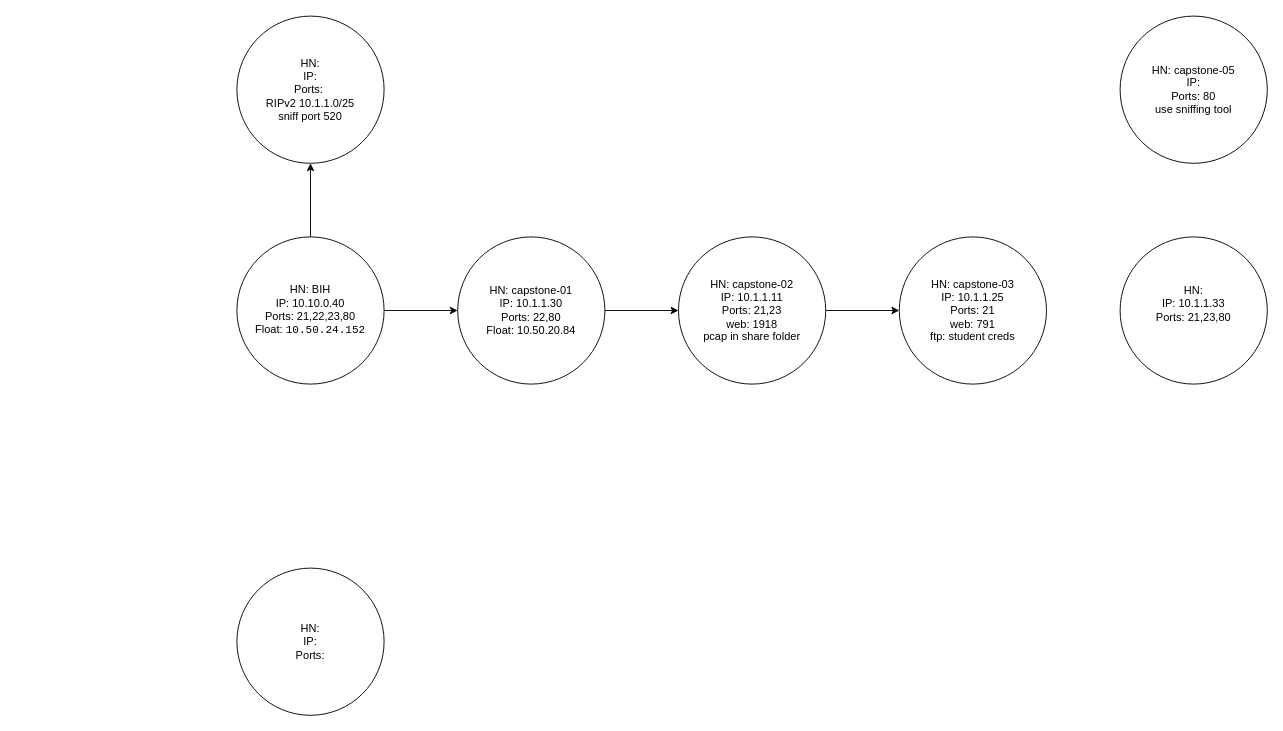
This is capstonemap.drawio from matthewjrobinson24/networking, a draw.io file, before an edit. Source tidied: cells renumbered, new cells numbered last; positions are measured from the earlier drawing's top-left corner, leaving out a move shared by most shapes. Both pictures are drawn from the tidied source at 92%, with x=0, y=0 at pixel (236, 16).
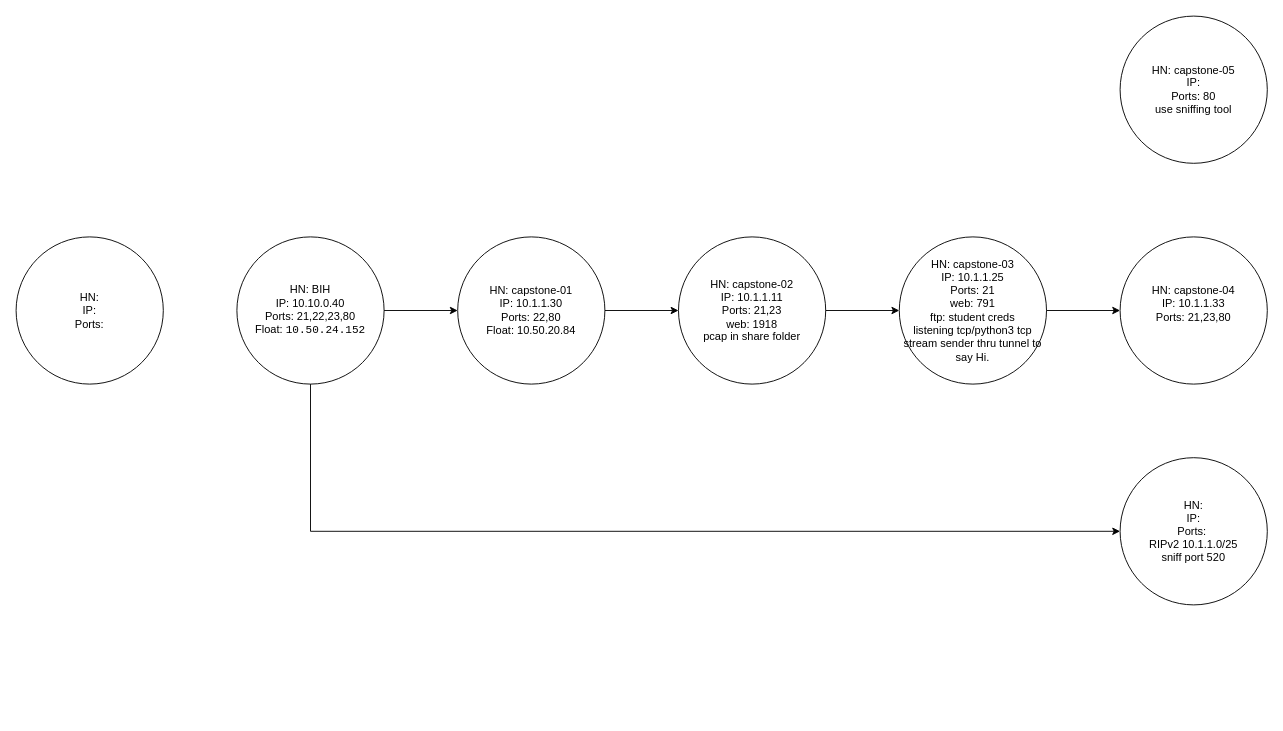
Above is the later version.

The edit, as a diff of the source:
```diff
@@
 <mxGraphModel>
   <root>
     <mxCell id="0" />
     <mxCell id="1" parent="0" />
     <mxCell id="2" value="&lt;div&gt;HN: BIH&lt;br&gt;&lt;/div&gt;&lt;div&gt;IP: 10.10.0.40&lt;br&gt;&lt;/div&gt;&lt;div&gt;Ports: 21,22,23,80&lt;br&gt;&lt;/div&gt;&lt;div&gt;Float: &lt;code&gt;&lt;code&gt;&lt;code&gt;10.50.24.152&lt;/code&gt;&lt;/code&gt;&lt;/code&gt;&lt;/div&gt;" style="ellipse;whiteSpace=wrap;html=1;" parent="1" vertex="1">
       <mxGeometry y="240" width="160" height="160" as="geometry" />
     </mxCell>
     <mxCell id="3" value="&lt;div&gt;HN: capstone-01&lt;br&gt;&lt;/div&gt;&lt;div&gt;IP: 10.1.1.30&lt;br&gt;&lt;/div&gt;&lt;div&gt;Ports: 22,80&lt;br&gt;&lt;/div&gt;&lt;div&gt;Float: 10.50.20.84&lt;br&gt;&lt;/div&gt;" style="ellipse;whiteSpace=wrap;html=1;" parent="1" vertex="1">
       <mxGeometry x="240" y="240" width="160" height="160" as="geometry" />
     </mxCell>
     <mxCell id="4" value="&lt;div&gt;HN: &lt;br&gt;&lt;/div&gt;&lt;div&gt;IP: &lt;br&gt;&lt;/div&gt;&lt;div&gt;Ports: &lt;br&gt;&lt;/div&gt;" style="ellipse;whiteSpace=wrap;html=1;" parent="1" vertex="1">
-      <mxGeometry y="600" width="160" height="160" as="geometry" />
+      <mxGeometry x="-240" y="240" width="160" height="160" as="geometry" />
     </mxCell>
     <mxCell id="5" value="&lt;div&gt;HN: capstone-02&lt;br&gt;&lt;/div&gt;&lt;div&gt;IP: 10.1.1.11&lt;br&gt;&lt;/div&gt;&lt;div&gt;Ports: 21,23&lt;br&gt;&lt;/div&gt;&lt;div&gt;web: 1918&lt;/div&gt;&lt;div&gt;pcap in share folder&lt;br&gt;&lt;/div&gt;" style="ellipse;whiteSpace=wrap;html=1;" parent="1" vertex="1">
       <mxGeometry x="480" y="240" width="160" height="160" as="geometry" />
     </mxCell>
-    <mxCell id="6" value="&lt;div&gt;HN: capstone-03&lt;br&gt;&lt;/div&gt;&lt;div&gt;IP: 10.1.1.25&lt;br&gt;&lt;/div&gt;&lt;div&gt;Ports: 21&lt;/div&gt;&lt;div&gt;web: 791&lt;/div&gt;&lt;div&gt;ftp: student creds&lt;br&gt;&lt;/div&gt;" style="ellipse;whiteSpace=wrap;html=1;" parent="1" vertex="1">
+    <mxCell id="6" value="&lt;div&gt;HN: capstone-03&lt;br&gt;&lt;/div&gt;&lt;div&gt;IP: 10.1.1.25&lt;br&gt;&lt;/div&gt;&lt;div&gt;Ports: 21&lt;/div&gt;&lt;div&gt;web: 791&lt;/div&gt;&lt;div&gt;ftp: student creds&lt;br&gt;&lt;/div&gt;&lt;div&gt;listening tcp/python3 tcp stream sender thru tunnel to say Hi.&lt;br&gt;&lt;/div&gt;" style="ellipse;whiteSpace=wrap;html=1;" parent="1" vertex="1">
       <mxGeometry x="720" y="240" width="160" height="160" as="geometry" />
     </mxCell>
-    <mxCell id="7" value="&lt;div&gt;HN: &lt;br&gt;&lt;/div&gt;&lt;div&gt;IP: 10.1.1.33&lt;br&gt;&lt;/div&gt;&lt;div&gt;Ports: 21,23,80&lt;/div&gt;&lt;div&gt;&lt;br&gt;&lt;/div&gt;" style="ellipse;whiteSpace=wrap;html=1;" parent="1" vertex="1">
+    <mxCell id="7" value="&lt;div&gt;HN: capstone-04&lt;br&gt;&lt;/div&gt;&lt;div&gt;IP: 10.1.1.33&lt;br&gt;&lt;/div&gt;&lt;div&gt;Ports: 21,23,80&lt;/div&gt;&lt;div&gt;&lt;br&gt;&lt;/div&gt;" style="ellipse;whiteSpace=wrap;html=1;" parent="1" vertex="1">
       <mxGeometry x="960" y="240" width="160" height="160" as="geometry" />
     </mxCell>
     <mxCell id="8" value="&lt;div&gt;HN: capstone-05&lt;br&gt;&lt;/div&gt;&lt;div&gt;IP: &lt;br&gt;&lt;/div&gt;&lt;div&gt;Ports: 80&lt;/div&gt;&lt;div&gt;use sniffing tool&lt;br&gt;&lt;/div&gt;" style="ellipse;whiteSpace=wrap;html=1;" parent="1" vertex="1">
       <mxGeometry x="960" width="160" height="160" as="geometry" />
     </mxCell>
     <mxCell id="9" value="&lt;div&gt;HN: &lt;br&gt;&lt;/div&gt;&lt;div&gt;IP: &lt;br&gt;&lt;/div&gt;&lt;div&gt;Ports:&amp;nbsp;&lt;/div&gt;&lt;div&gt;RIPv2 10.1.1.0/25&lt;/div&gt;&lt;div&gt;sniff port 520&lt;br&gt;&lt;/div&gt;" style="ellipse;whiteSpace=wrap;html=1;" parent="1" vertex="1">
-      <mxGeometry width="160" height="160" as="geometry" />
+      <mxGeometry x="960" y="480" width="160" height="160" as="geometry" />
     </mxCell>
     <mxCell id="10" style="endArrow=classic;html=1;rounded=0;exitX=1;exitY=0.5;exitDx=0;exitDy=0;entryX=0;entryY=0.5;entryDx=0;entryDy=0;" parent="1" edge="1" source="2" target="3">
       <mxGeometry relative="1" as="geometry" />
     </mxCell>
-    <mxCell id="11" style="endArrow=classic;html=1;rounded=0;exitX=0.5;exitY=0;exitDx=0;exitDy=0;entryX=0.5;entryY=1;entryDx=0;entryDy=0;" parent="1" edge="1" source="2" target="9">
-      <mxGeometry relative="1" as="geometry" />
-    </mxCell>
     <mxCell id="12" style="endArrow=classic;html=1;rounded=0;exitX=1;exitY=0.5;exitDx=0;exitDy=0;entryX=0;entryY=0.5;entryDx=0;entryDy=0;" parent="1" edge="1" source="3" target="5">
       <mxGeometry relative="1" as="geometry" />
     </mxCell>
     <mxCell id="13" style="endArrow=classic;html=1;rounded=0;exitX=1;exitY=0.5;exitDx=0;exitDy=0;entryX=0;entryY=0.5;entryDx=0;entryDy=0;" parent="1" edge="1" source="5" target="6">
       <mxGeometry relative="1" as="geometry" />
     </mxCell>
+    <mxCell id="14" style="endArrow=none;html=1;rounded=0;entryX=0.5;entryY=1;entryDx=0;entryDy=0;" parent="1" edge="1" target="2">
+      <mxGeometry relative="1" as="geometry">
+        <mxPoint x="80" y="560" as="sourcePoint" />
+      </mxGeometry>
+    </mxCell>
+    <mxCell id="15" style="endArrow=classic;html=1;rounded=0;entryX=0;entryY=0.5;entryDx=0;entryDy=0;" parent="1" edge="1" target="9">
+      <mxGeometry relative="1" as="geometry">
+        <mxPoint x="80" y="560" as="sourcePoint" />
+      </mxGeometry>
+    </mxCell>
+    <mxCell id="16" style="endArrow=classic;html=1;rounded=0;exitX=1;exitY=0.5;exitDx=0;exitDy=0;entryX=0;entryY=0.5;entryDx=0;entryDy=0;" parent="1" edge="1" source="6" target="7">
+      <mxGeometry relative="1" as="geometry" />
+    </mxCell>
   </root>
 </mxGraphModel>
```
